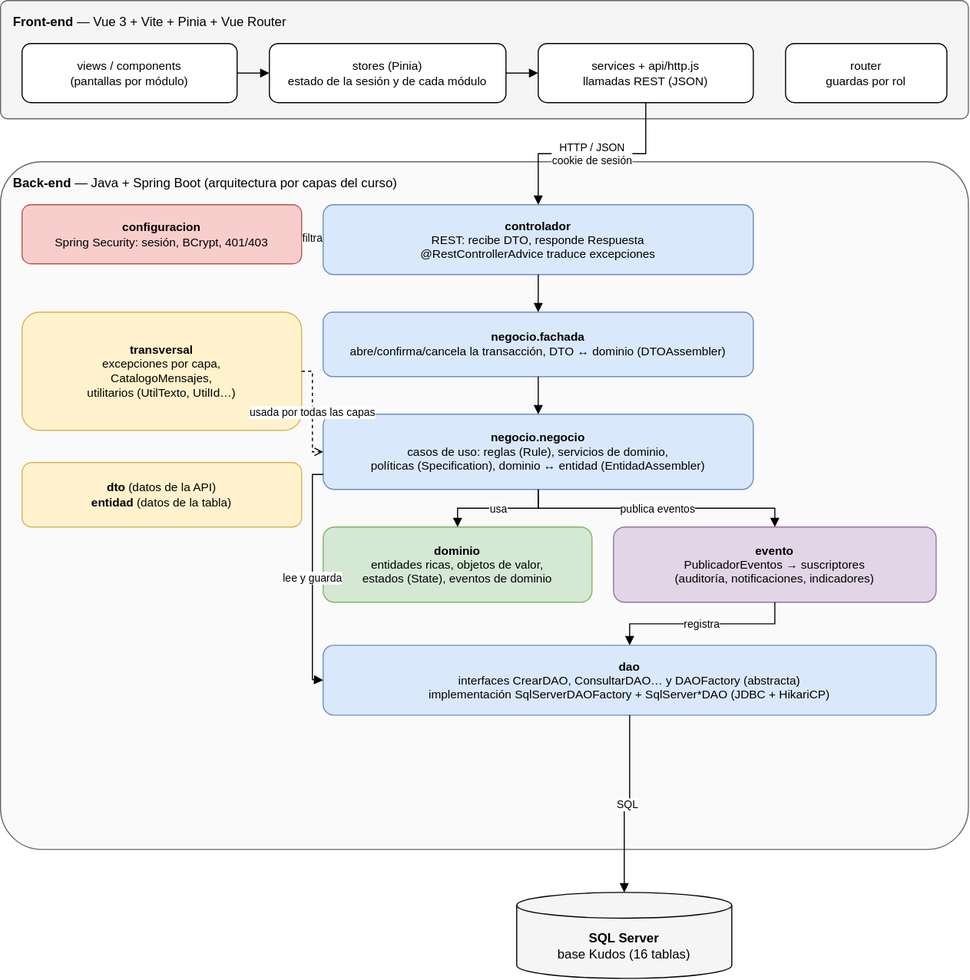
This is documentacion/assets/diagramas/arquitectura-capas.svg from JaiderSoto07/kudos-backend, a draw.io export, as it was before one commit. Source tidied: cells renumbered, new cells last; positions are measured from the earlier drawing's top-left corner, leaving out a move shared by most shapes.
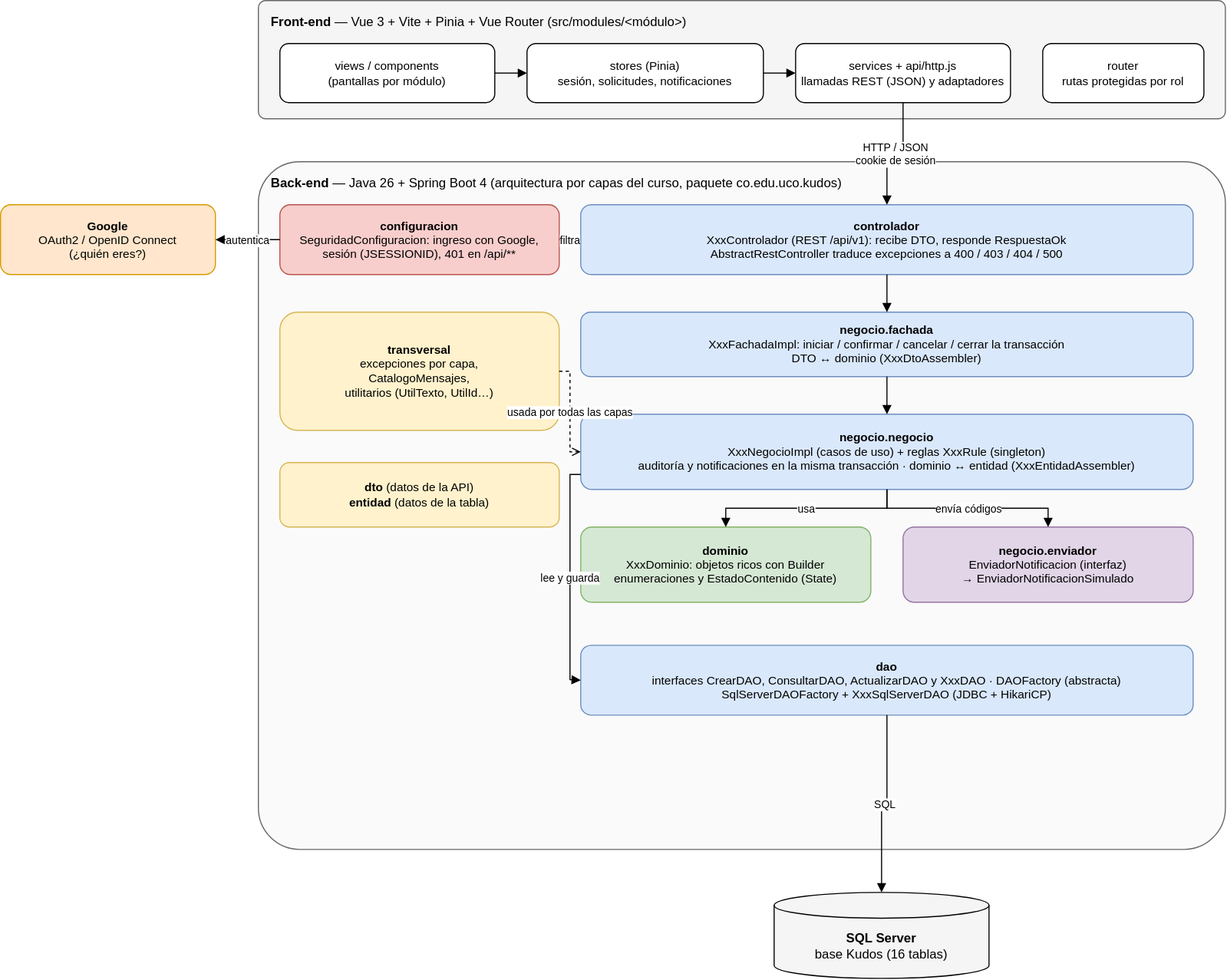
Above is the later version.

The edit, as a diff of the source:
```diff
@@ -2,19 +2,19 @@
   <root>
     <mxCell id="0" />
     <mxCell id="1" parent="0" />
-    <mxCell id="2" value="&lt;b&gt;Front-end&lt;/b&gt; — Vue 3 + Vite + Pinia + Vue Router" style="rounded=1;whiteSpace=wrap;html=1;arcSize=6;verticalAlign=top;align=left;spacingLeft=10;spacingTop=6;fontSize=12;fillColor=#f5f5f5;strokeColor=#666666;" parent="1" vertex="1">
+    <mxCell id="2" value="&lt;b&gt;Front-end&lt;/b&gt; — Vue 3 + Vite + Pinia + Vue Router (src/modules/&amp;lt;módulo&amp;gt;)" style="rounded=1;whiteSpace=wrap;html=1;arcSize=6;verticalAlign=top;align=left;spacingLeft=10;spacingTop=6;fontSize=12;fillColor=#f5f5f5;strokeColor=#666666;" parent="1" vertex="1">
       <mxGeometry width="900" height="110" as="geometry" />
     </mxCell>
     <mxCell id="3" value="views / components&lt;br&gt;(pantallas por módulo)" style="rounded=1;whiteSpace=wrap;html=1;fontSize=11;fillColor=#ffffff;" parent="1" vertex="1">
       <mxGeometry x="20" y="40" width="200" height="55" as="geometry" />
     </mxCell>
-    <mxCell id="4" value="stores (Pinia)&lt;br&gt;estado de la sesión y de cada módulo" style="rounded=1;whiteSpace=wrap;html=1;fontSize=11;fillColor=#ffffff;" parent="1" vertex="1">
+    <mxCell id="4" value="stores (Pinia)&lt;br&gt;sesión, solicitudes, notificaciones" style="rounded=1;whiteSpace=wrap;html=1;fontSize=11;fillColor=#ffffff;" parent="1" vertex="1">
       <mxGeometry x="250" y="40" width="220" height="55" as="geometry" />
     </mxCell>
-    <mxCell id="5" value="services + api/http.js&lt;br&gt;llamadas REST (JSON)" style="rounded=1;whiteSpace=wrap;html=1;fontSize=11;fillColor=#ffffff;" parent="1" vertex="1">
+    <mxCell id="5" value="services + api/http.js&lt;br&gt;llamadas REST (JSON) y adaptadores" style="rounded=1;whiteSpace=wrap;html=1;fontSize=11;fillColor=#ffffff;" parent="1" vertex="1">
       <mxGeometry x="500" y="40" width="200" height="55" as="geometry" />
     </mxCell>
-    <mxCell id="6" value="router&lt;br&gt;guardas por rol" style="rounded=1;whiteSpace=wrap;html=1;fontSize=11;fillColor=#ffffff;" parent="1" vertex="1">
+    <mxCell id="6" value="router&lt;br&gt;rutas protegidas por rol" style="rounded=1;whiteSpace=wrap;html=1;fontSize=11;fillColor=#ffffff;" parent="1" vertex="1">
       <mxGeometry x="730" y="40" width="150" height="55" as="geometry" />
     </mxCell>
     <mxCell id="7" style="endArrow=block;endFill=1;html=1;rounded=0;fontSize=10;labelBackgroundColor=#ffffff;edgeStyle=orthogonalEdgeStyle;" parent="1" edge="1" source="3" target="4">
@@ -23,73 +23,76 @@
     <mxCell id="8" style="endArrow=block;endFill=1;html=1;rounded=0;fontSize=10;labelBackgroundColor=#ffffff;edgeStyle=orthogonalEdgeStyle;" parent="1" edge="1" source="4" target="5">
       <mxGeometry relative="1" as="geometry" />
     </mxCell>
-    <mxCell id="9" value="&lt;b&gt;Back-end&lt;/b&gt; — Java + Spring Boot (arquitectura por capas del curso)" style="rounded=1;whiteSpace=wrap;html=1;arcSize=6;verticalAlign=top;align=left;spacingLeft=10;spacingTop=6;fontSize=12;fillColor=#fafafa;strokeColor=#666666;" parent="1" vertex="1">
-      <mxGeometry y="150" width="900" height="640" as="geometry" />
+    <mxCell id="9" value="&lt;b&gt;Google&lt;/b&gt;&lt;br&gt;OAuth2 / OpenID Connect&lt;br&gt;(¿quién eres?)" style="rounded=1;whiteSpace=wrap;html=1;fontSize=11;fillColor=#ffe6cc;strokeColor=#d79b00;" parent="1" vertex="1">
+      <mxGeometry x="-240" y="190" width="200" height="65" as="geometry" />
     </mxCell>
-    <mxCell id="10" value="&lt;b&gt;configuracion&lt;/b&gt;&lt;br&gt;Spring Security: sesión, BCrypt, 401/403" style="rounded=1;whiteSpace=wrap;html=1;fontSize=11;fillColor=#f8cecc;strokeColor=#b85450;" parent="1" vertex="1">
-      <mxGeometry x="20" y="190" width="260" height="55" as="geometry" />
+    <mxCell id="10" value="&lt;b&gt;Back-end&lt;/b&gt; — Java 26 + Spring Boot 4 (arquitectura por capas del curso, paquete co.edu.uco.kudos)" style="rounded=1;whiteSpace=wrap;html=1;arcSize=6;verticalAlign=top;align=left;spacingLeft=10;spacingTop=6;fontSize=12;fillColor=#fafafa;strokeColor=#666666;" parent="1" vertex="1">
+      <mxGeometry y="150" width="900" height="640" as="geometry" />
     </mxCell>
-    <mxCell id="11" value="&lt;b&gt;controlador&lt;/b&gt;&lt;br&gt;REST: recibe DTO, responde Respuesta&lt;br&gt;@RestControllerAdvice traduce excepciones" style="rounded=1;whiteSpace=wrap;html=1;fontSize=11;fillColor=#dae8fc;strokeColor=#6c8ebf;" parent="1" vertex="1">
-      <mxGeometry x="300" y="190" width="400" height="65" as="geometry" />
+    <mxCell id="11" value="&lt;b&gt;configuracion&lt;/b&gt;&lt;br&gt;SeguridadConfiguracion: ingreso con Google,&lt;br&gt;sesión (JSESSIONID), 401 en /api/**" style="rounded=1;whiteSpace=wrap;html=1;fontSize=11;fillColor=#f8cecc;strokeColor=#b85450;" parent="1" vertex="1">
+      <mxGeometry x="20" y="190" width="260" height="65" as="geometry" />
     </mxCell>
-    <mxCell id="12" value="&lt;b&gt;negocio.fachada&lt;/b&gt;&lt;br&gt;abre/confirma/cancela la transacción, DTO ↔ dominio (DTOAssembler)" style="rounded=1;whiteSpace=wrap;html=1;fontSize=11;fillColor=#dae8fc;strokeColor=#6c8ebf;" parent="1" vertex="1">
-      <mxGeometry x="300" y="290" width="400" height="60" as="geometry" />
+    <mxCell id="12" value="&lt;b&gt;controlador&lt;/b&gt;&lt;br&gt;XxxControlador (REST /api/v1): recibe DTO, responde RespuestaOk&lt;br&gt;AbstractRestController traduce excepciones a 400 / 403 / 404 / 500" style="rounded=1;whiteSpace=wrap;html=1;fontSize=11;fillColor=#dae8fc;strokeColor=#6c8ebf;" parent="1" vertex="1">
+      <mxGeometry x="300" y="190" width="570" height="65" as="geometry" />
     </mxCell>
-    <mxCell id="13" value="&lt;b&gt;negocio.negocio&lt;/b&gt;&lt;br&gt;casos de uso: reglas (Rule), servicios de dominio,&lt;br&gt;políticas (Specification), dominio ↔ entidad (EntidadAssembler)" style="rounded=1;whiteSpace=wrap;html=1;fontSize=11;fillColor=#dae8fc;strokeColor=#6c8ebf;" parent="1" vertex="1">
-      <mxGeometry x="300" y="385" width="400" height="70" as="geometry" />
+    <mxCell id="13" value="&lt;b&gt;negocio.fachada&lt;/b&gt;&lt;br&gt;XxxFachadaImpl: iniciar / confirmar / cancelar / cerrar la transacción&lt;br&gt;DTO ↔ dominio (XxxDtoAssembler)" style="rounded=1;whiteSpace=wrap;html=1;fontSize=11;fillColor=#dae8fc;strokeColor=#6c8ebf;" parent="1" vertex="1">
+      <mxGeometry x="300" y="290" width="570" height="60" as="geometry" />
     </mxCell>
-    <mxCell id="14" value="&lt;b&gt;dominio&lt;/b&gt;&lt;br&gt;entidades ricas, objetos de valor,&lt;br&gt;estados (State), eventos de dominio" style="rounded=1;whiteSpace=wrap;html=1;fontSize=11;fillColor=#d5e8d4;strokeColor=#82b366;" parent="1" vertex="1">
-      <mxGeometry x="300" y="490" width="250" height="70" as="geometry" />
+    <mxCell id="14" value="&lt;b&gt;negocio.negocio&lt;/b&gt;&lt;br&gt;XxxNegocioImpl (casos de uso) + reglas XxxRule (singleton)&lt;br&gt;auditoría y notificaciones en la misma transacción · dominio ↔ entidad (XxxEntidadAssembler)" style="rounded=1;whiteSpace=wrap;html=1;fontSize=11;fillColor=#dae8fc;strokeColor=#6c8ebf;" parent="1" vertex="1">
+      <mxGeometry x="300" y="385" width="570" height="70" as="geometry" />
     </mxCell>
-    <mxCell id="15" value="&lt;b&gt;evento&lt;/b&gt;&lt;br&gt;PublicadorEventos → suscriptores&lt;br&gt;(auditoría, notificaciones, indicadores)" style="rounded=1;whiteSpace=wrap;html=1;fontSize=11;fillColor=#e1d5e7;strokeColor=#9673a6;" parent="1" vertex="1">
-      <mxGeometry x="570" y="490" width="300" height="70" as="geometry" />
+    <mxCell id="15" value="&lt;b&gt;dominio&lt;/b&gt;&lt;br&gt;XxxDominio: objetos ricos con Builder&lt;br&gt;enumeraciones y EstadoContenido (State)" style="rounded=1;whiteSpace=wrap;html=1;fontSize=11;fillColor=#d5e8d4;strokeColor=#82b366;" parent="1" vertex="1">
+      <mxGeometry x="300" y="490" width="270" height="70" as="geometry" />
     </mxCell>
-    <mxCell id="16" value="&lt;b&gt;dao&lt;/b&gt;&lt;br&gt;interfaces CrearDAO, ConsultarDAO… y DAOFactory (abstracta)&lt;br&gt;implementación SqlServerDAOFactory + SqlServer*DAO (JDBC + HikariCP)" style="rounded=1;whiteSpace=wrap;html=1;fontSize=11;fillColor=#dae8fc;strokeColor=#6c8ebf;" parent="1" vertex="1">
-      <mxGeometry x="300" y="600" width="570" height="65" as="geometry" />
+    <mxCell id="16" value="&lt;b&gt;negocio.enviador&lt;/b&gt;&lt;br&gt;EnviadorNotificacion (interfaz)&lt;br&gt;→ EnviadorNotificacionSimulado" style="rounded=1;whiteSpace=wrap;html=1;fontSize=11;fillColor=#e1d5e7;strokeColor=#9673a6;" parent="1" vertex="1">
+      <mxGeometry x="600" y="490" width="270" height="70" as="geometry" />
     </mxCell>
-    <mxCell id="17" value="&lt;b&gt;transversal&lt;/b&gt;&lt;br&gt;excepciones por capa,&lt;br&gt;CatalogoMensajes,&lt;br&gt;utilitarios (UtilTexto, UtilId…)" style="rounded=1;whiteSpace=wrap;html=1;fontSize=11;fillColor=#fff2cc;strokeColor=#d6b656;" parent="1" vertex="1">
-      <mxGeometry x="20" y="290" width="260" height="110" as="geometry" />
+    <mxCell id="17" value="&lt;b&gt;dao&lt;/b&gt;&lt;br&gt;interfaces CrearDAO, ConsultarDAO, ActualizarDAO y XxxDAO · DAOFactory (abstracta)&lt;br&gt;SqlServerDAOFactory + XxxSqlServerDAO (JDBC + HikariCP)" style="rounded=1;whiteSpace=wrap;html=1;fontSize=11;fillColor=#dae8fc;strokeColor=#6c8ebf;" parent="1" vertex="1">
+      <mxGeometry x="300" y="600" width="570" height="65" as="geometry" />
     </mxCell>
-    <mxCell id="18" value="&lt;b&gt;dto&lt;/b&gt; (datos de la API)&lt;br&gt;&lt;b&gt;entidad&lt;/b&gt; (datos de la tabla)" style="rounded=1;whiteSpace=wrap;html=1;fontSize=11;fillColor=#fff2cc;strokeColor=#d6b656;" parent="1" vertex="1">
-      <mxGeometry x="20" y="430" width="260" height="60" as="geometry" />
+    <mxCell id="18" value="&lt;b&gt;transversal&lt;/b&gt;&lt;br&gt;excepciones por capa,&lt;br&gt;CatalogoMensajes,&lt;br&gt;utilitarios (UtilTexto, UtilId…)" style="rounded=1;whiteSpace=wrap;html=1;fontSize=11;fillColor=#fff2cc;strokeColor=#d6b656;" parent="1" vertex="1">
+      <mxGeometry x="20" y="290" width="260" height="110" as="geometry" />
     </mxCell>
-    <mxCell id="19" value="&lt;b&gt;SQL Server&lt;/b&gt;&lt;br&gt;base Kudos (16 tablas)" style="shape=cylinder3;whiteSpace=wrap;html=1;boundedLbl=1;backgroundOutline=1;size=12;fillColor=#f5f5f5;" parent="1" vertex="1">
-      <mxGeometry x="480" y="830" width="200" height="80" as="geometry" />
+    <mxCell id="19" value="&lt;b&gt;dto&lt;/b&gt; (datos de la API)&lt;br&gt;&lt;b&gt;entidad&lt;/b&gt; (datos de la tabla)" style="rounded=1;whiteSpace=wrap;html=1;fontSize=11;fillColor=#fff2cc;strokeColor=#d6b656;" parent="1" vertex="1">
+      <mxGeometry x="20" y="430" width="260" height="60" as="geometry" />
     </mxCell>
-    <mxCell id="20" value="HTTP / JSON&lt;br&gt;cookie de sesión" style="endArrow=block;endFill=1;html=1;rounded=0;fontSize=10;labelBackgroundColor=#ffffff;edgeStyle=orthogonalEdgeStyle;" parent="1" edge="1" source="5" target="11">
-      <mxGeometry relative="1" as="geometry" />
+    <mxCell id="20" value="&lt;b&gt;SQL Server&lt;/b&gt;&lt;br&gt;base Kudos (16 tablas)" style="shape=cylinder3;whiteSpace=wrap;html=1;boundedLbl=1;backgroundOutline=1;size=12;fillColor=#f5f5f5;" parent="1" vertex="1">
+      <mxGeometry x="480" y="830" width="200" height="80" as="geometry" />
     </mxCell>
-    <mxCell id="21" value="filtra" style="endArrow=block;endFill=1;html=1;rounded=0;fontSize=10;labelBackgroundColor=#ffffff;edgeStyle=orthogonalEdgeStyle;dashed=1;" parent="1" edge="1" source="10" target="11">
+    <mxCell id="21" value="HTTP / JSON&lt;br&gt;cookie de sesión" style="endArrow=block;endFill=1;html=1;rounded=0;fontSize=10;labelBackgroundColor=#ffffff;edgeStyle=orthogonalEdgeStyle;" parent="1" edge="1" source="5" target="12">
       <mxGeometry relative="1" as="geometry" />
     </mxCell>
-    <mxCell id="22" style="endArrow=block;endFill=1;html=1;rounded=0;fontSize=10;labelBackgroundColor=#ffffff;edgeStyle=orthogonalEdgeStyle;" parent="1" edge="1" source="11" target="12">
+    <mxCell id="22" value="autentica" style="endArrow=block;endFill=1;html=1;rounded=0;fontSize=10;labelBackgroundColor=#ffffff;edgeStyle=orthogonalEdgeStyle;" parent="1" edge="1" source="11" target="9">
       <mxGeometry relative="1" as="geometry" />
     </mxCell>
-    <mxCell id="23" style="endArrow=block;endFill=1;html=1;rounded=0;fontSize=10;labelBackgroundColor=#ffffff;edgeStyle=orthogonalEdgeStyle;" parent="1" edge="1" source="12" target="13">
+    <mxCell id="23" value="filtra" style="endArrow=block;endFill=1;html=1;rounded=0;fontSize=10;labelBackgroundColor=#ffffff;edgeStyle=orthogonalEdgeStyle;dashed=1;" parent="1" edge="1" source="11" target="12">
       <mxGeometry relative="1" as="geometry" />
     </mxCell>
-    <mxCell id="24" value="usa" style="endArrow=block;endFill=1;html=1;rounded=0;fontSize=10;labelBackgroundColor=#ffffff;edgeStyle=orthogonalEdgeStyle;" parent="1" edge="1" source="13" target="14">
+    <mxCell id="24" style="endArrow=block;endFill=1;html=1;rounded=0;fontSize=10;labelBackgroundColor=#ffffff;edgeStyle=orthogonalEdgeStyle;" parent="1" edge="1" source="12" target="13">
       <mxGeometry relative="1" as="geometry" />
     </mxCell>
-    <mxCell id="25" value="publica eventos" style="endArrow=block;endFill=1;html=1;rounded=0;fontSize=10;labelBackgroundColor=#ffffff;edgeStyle=orthogonalEdgeStyle;" parent="1" edge="1" source="13" target="15">
+    <mxCell id="25" style="endArrow=block;endFill=1;html=1;rounded=0;fontSize=10;labelBackgroundColor=#ffffff;edgeStyle=orthogonalEdgeStyle;" parent="1" edge="1" source="13" target="14">
       <mxGeometry relative="1" as="geometry" />
     </mxCell>
-    <mxCell id="26" value="lee y guarda" style="endArrow=block;endFill=1;html=1;rounded=0;fontSize=10;labelBackgroundColor=#ffffff;edgeStyle=none;exitX=0;exitY=0.8;entryX=0;entryY=0.5;" parent="1" edge="1" source="13" target="16">
-      <mxGeometry relative="1" as="geometry">
-        <Array as="points">
-          <mxPoint x="290" y="441" />
-          <mxPoint x="290" y="632" />
-        </Array>
-      </mxGeometry>
+    <mxCell id="26" value="usa" style="endArrow=block;endFill=1;html=1;rounded=0;fontSize=10;labelBackgroundColor=#ffffff;edgeStyle=orthogonalEdgeStyle;" parent="1" edge="1" source="14" target="15">
+      <mxGeometry relative="1" as="geometry" />
     </mxCell>
-    <mxCell id="27" value="registra" style="endArrow=block;endFill=1;html=1;rounded=0;fontSize=10;labelBackgroundColor=#ffffff;edgeStyle=orthogonalEdgeStyle;" parent="1" edge="1" source="15" target="16">
+    <mxCell id="27" value="envía códigos" style="endArrow=block;endFill=1;html=1;rounded=0;fontSize=10;labelBackgroundColor=#ffffff;edgeStyle=orthogonalEdgeStyle;" parent="1" edge="1" source="14" target="16">
       <mxGeometry relative="1" as="geometry" />
     </mxCell>
-    <mxCell id="28" value="SQL" style="endArrow=block;endFill=1;html=1;rounded=0;fontSize=10;labelBackgroundColor=#ffffff;edgeStyle=orthogonalEdgeStyle;" parent="1" edge="1" source="16" target="19">
-      <mxGeometry relative="1" as="geometry" />
+    <mxCell id="28" value="lee y guarda" style="endArrow=block;endFill=1;html=1;rounded=0;fontSize=10;labelBackgroundColor=#ffffff;edgeStyle=none;exitX=0;exitY=0.8;entryX=0;entryY=0.5;" parent="1" edge="1" source="14" target="17">
+      <mxGeometry relative="1" as="geometry">
+        <Array as="points">
+          <mxPoint x="290" y="441" />
+          <mxPoint x="290" y="632" />
+        </Array>
+      </mxGeometry>
     </mxCell>
-    <mxCell id="29" value="usada por todas las capas" style="endArrow=block;endFill=1;html=1;rounded=0;fontSize=10;labelBackgroundColor=#ffffff;edgeStyle=orthogonalEdgeStyle;dashed=1;endArrow=open;" parent="1" edge="1" source="17" target="13">
+    <mxCell id="29" value="SQL" style="endArrow=block;endFill=1;html=1;rounded=0;fontSize=10;labelBackgroundColor=#ffffff;edgeStyle=orthogonalEdgeStyle;" parent="1" edge="1" source="17" target="20">
       <mxGeometry relative="1" as="geometry" />
     </mxCell>
+    <mxCell id="30" value="usada por todas las capas" style="endArrow=block;endFill=1;html=1;rounded=0;fontSize=10;labelBackgroundColor=#ffffff;edgeStyle=orthogonalEdgeStyle;dashed=1;endArrow=open;" parent="1" edge="1" source="18" target="14">
+      <mxGeometry relative="1" as="geometry" />
+    </mxCell>
   </root>
 </mxGraphModel>
```
